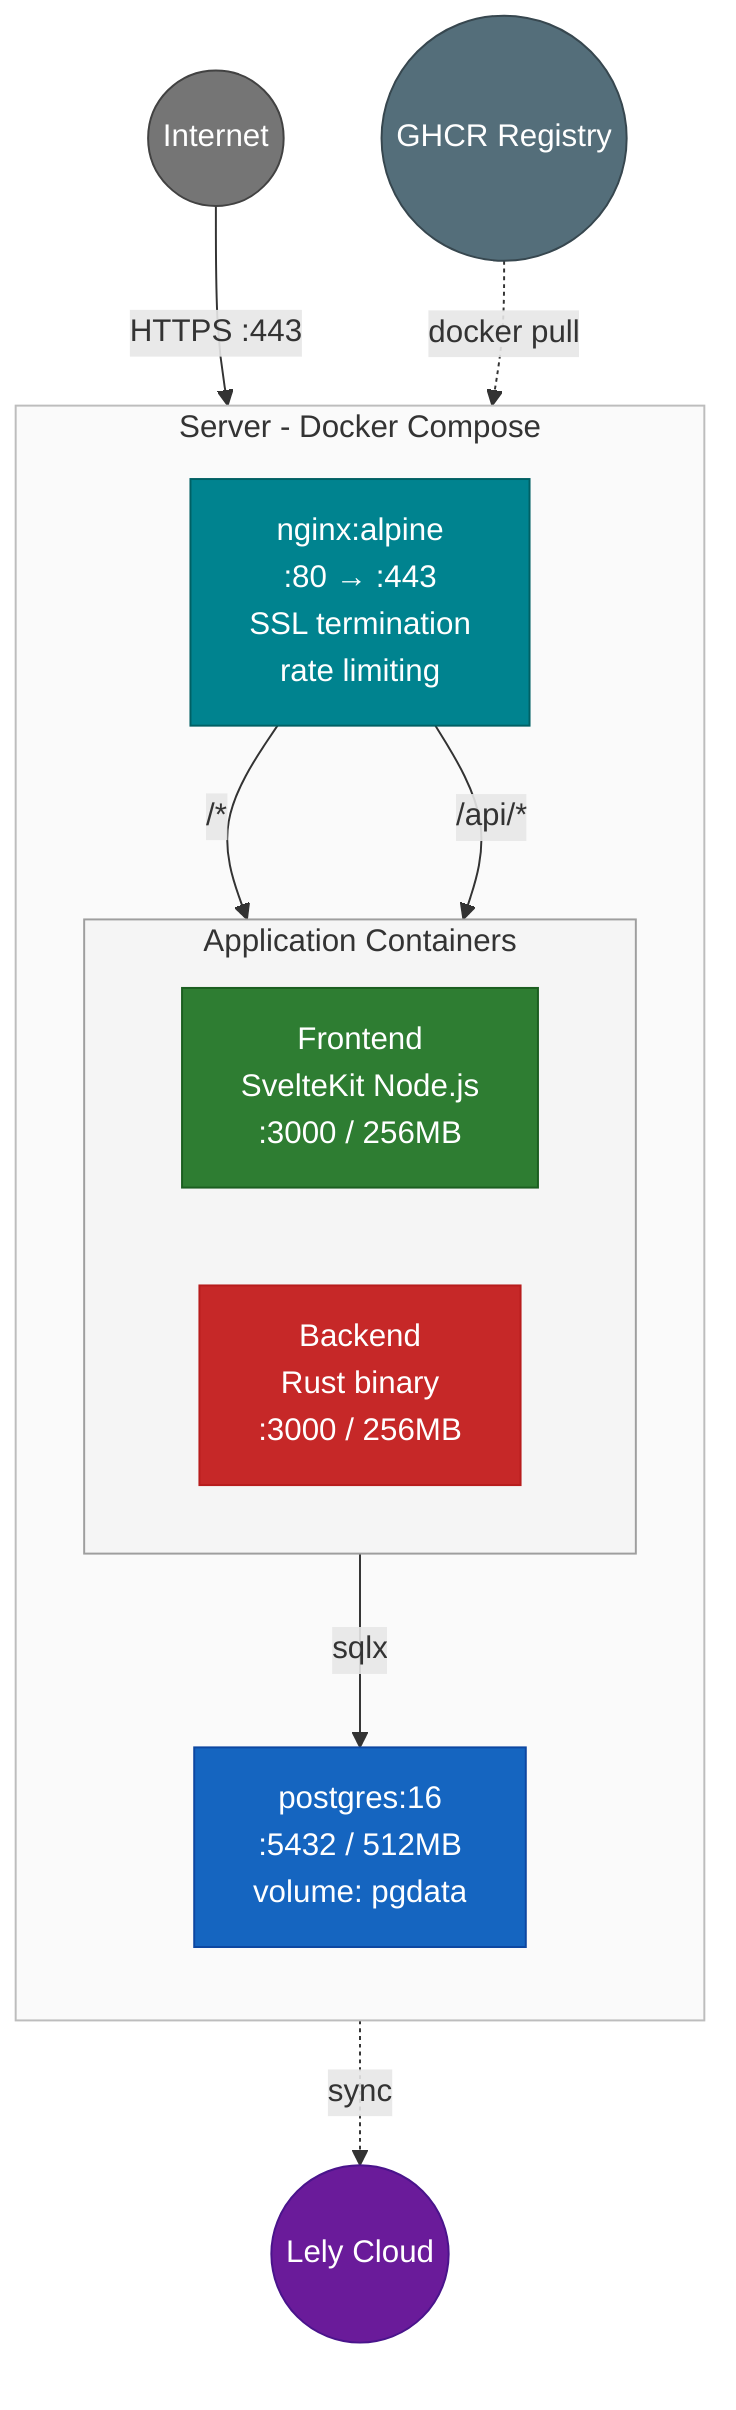
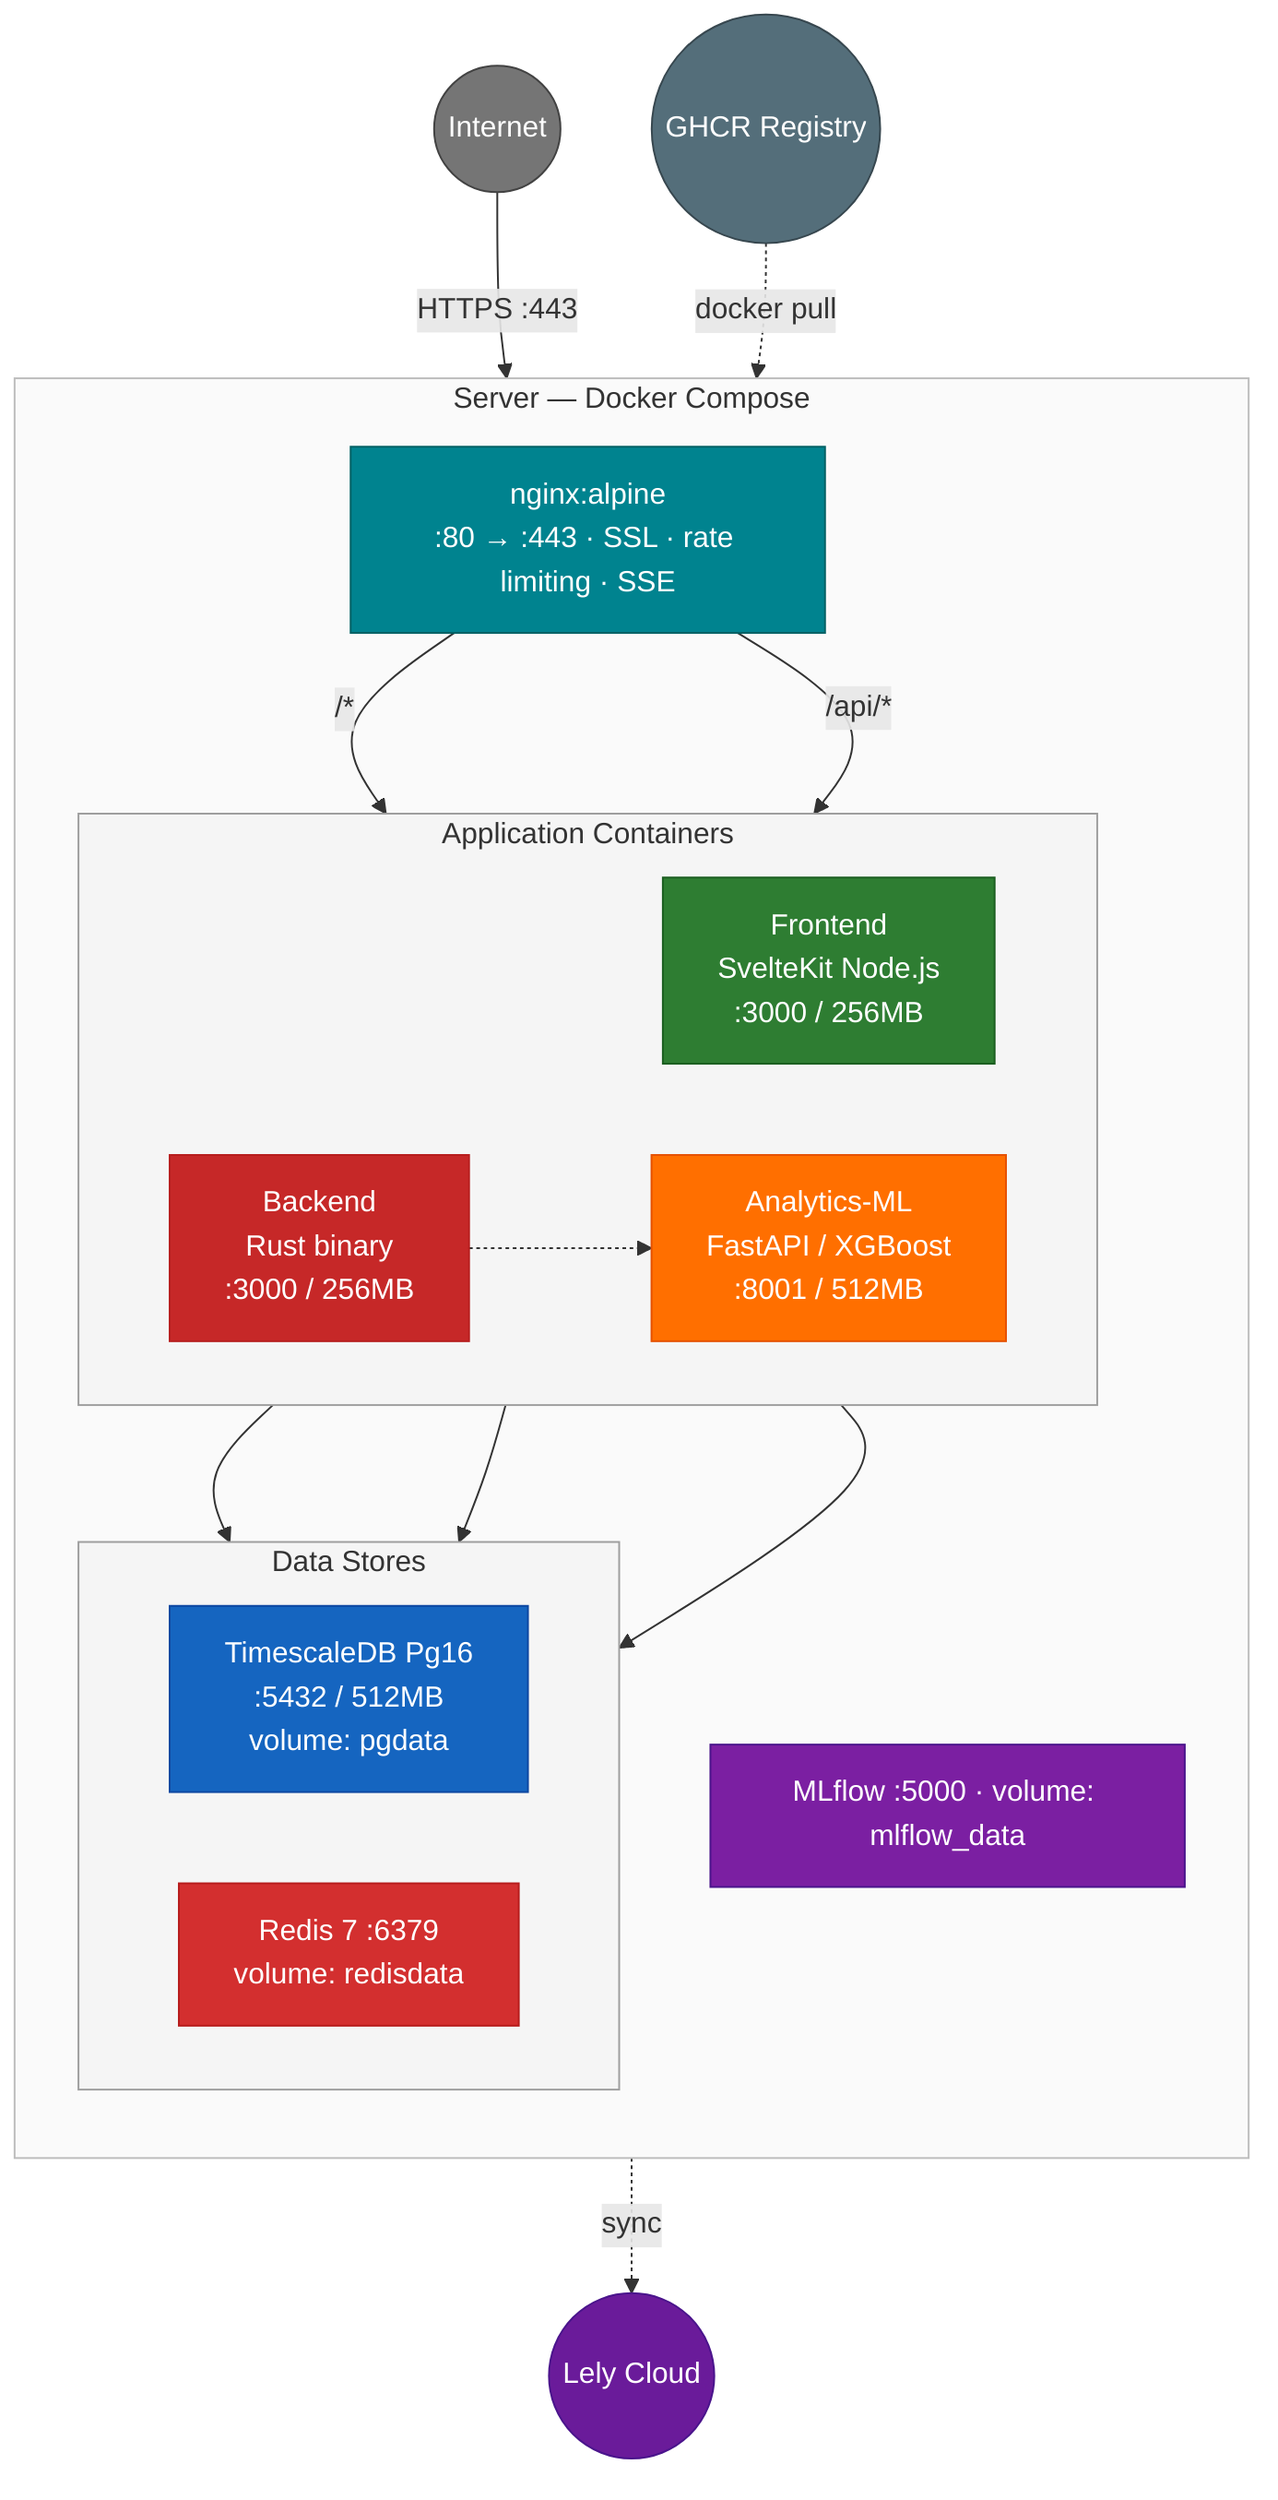
flowchart TB
    Internet(("Internet"))

-     subgraph Server["Server - Docker Compose"]
+     subgraph Server["Server — Docker Compose"]
        direction TB

-         NginxD["nginx:alpine\n:80 → :443\nSSL termination\nrate limiting"]
+         NginxD["nginx:alpine\n:80 → :443 · SSL · rate limiting · SSE"]

        subgraph Containers["Application Containers"]
            direction LR
            FrontendD["Frontend\nSvelteKit Node.js\n:3000 / 256MB"]
            BackendD["Backend\nRust binary\n:3000 / 256MB"]
+             MLD["Analytics-ML\nFastAPI / XGBoost\n:8001 / 512MB"]
        end

-         PostgresD["postgres:16\n:5432 / 512MB\nvolume: pgdata"]
+         subgraph DataStores["Data Stores"]
+             direction LR
+             PostgresD["TimescaleDB Pg16\n:5432 / 512MB\nvolume: pgdata"]
+             RedisD["Redis 7 :6379\nvolume: redisdata"]
+         end
+ 
+         MLflowD["MLflow :5000 · volume: mlflow_data"]
    end

    LelyExt(("Lely Cloud"))
    GHCRExt(("GHCR Registry"))

    Internet -->|"HTTPS :443"| NginxD
    NginxD -->|"/*"| FrontendD
    NginxD -->|"/api/*"| BackendD
-     BackendD -->|"sqlx"| PostgresD
+     BackendD --> PostgresD
+     BackendD --> RedisD
+     BackendD -.-> MLD
+     MLD --> PostgresD
    BackendD -.->|"sync"| LelyExt
    GHCRExt -.->|"docker pull"| Containers

    style Internet fill:#757575,stroke:#424242,color:#fff
    style Server fill:#fafafa,stroke:#bdbdbd,color:#333
    style NginxD fill:#00838f,stroke:#006064,color:#fff
    style FrontendD fill:#2e7d32,stroke:#1b5e20,color:#fff
    style BackendD fill:#c62828,stroke:#b71c1c,color:#fff
+     style MLD fill:#ff6f00,stroke:#e65100,color:#fff
    style PostgresD fill:#1565c0,stroke:#0d47a1,color:#fff
+     style RedisD fill:#d32f2f,stroke:#b71c1c,color:#fff
+     style MLflowD fill:#7b1fa2,stroke:#4a148c,color:#fff
    style Containers fill:#f5f5f5,stroke:#9e9e9e,color:#333
+     style DataStores fill:#f5f5f5,stroke:#9e9e9e,color:#333
    style LelyExt fill:#6a1b9a,stroke:#4a148c,color:#fff
-     style GHCRExt fill:#546e7a,stroke:#37474f,color:#fff+     style GHCRExt fill:#546e7a,stroke:#37474f,color:#fff
